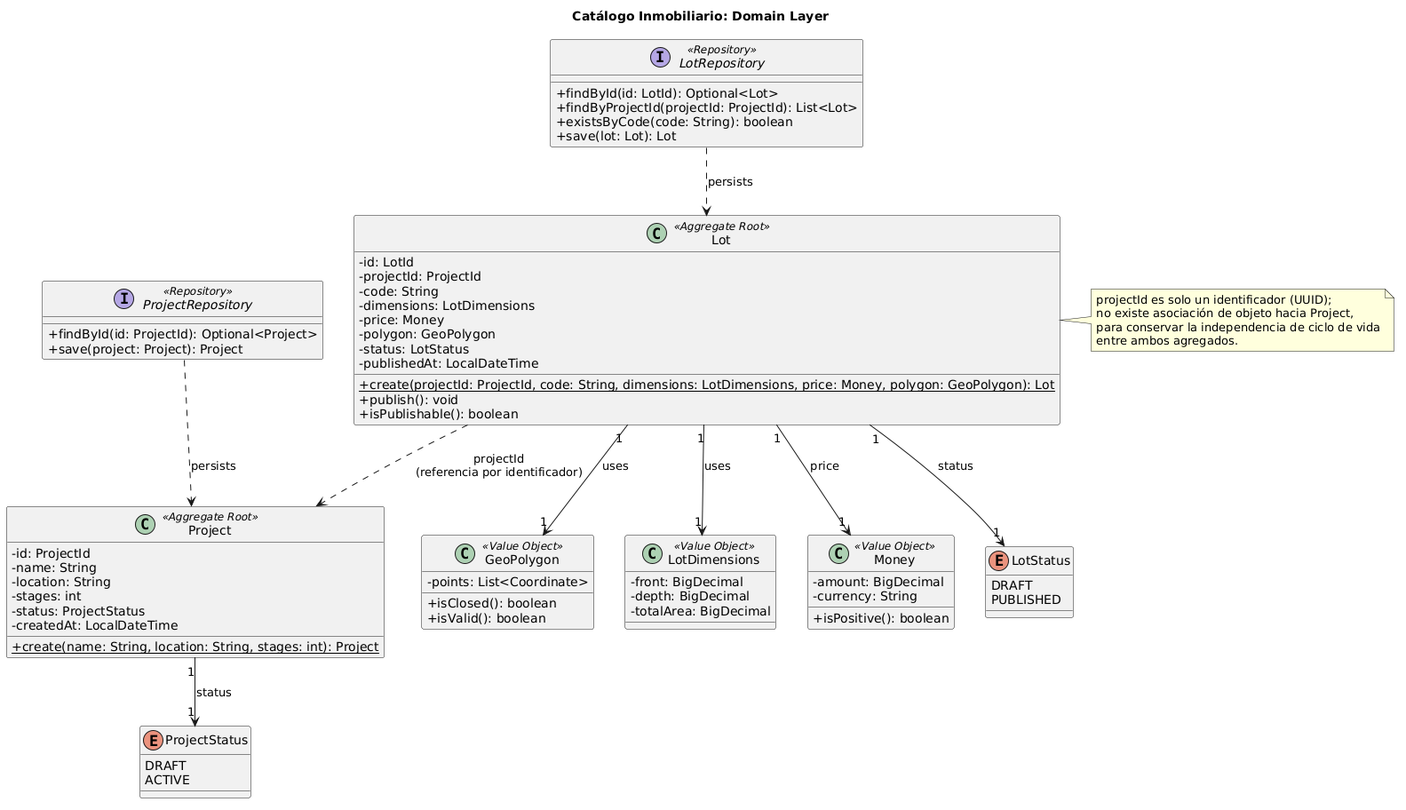
The PlantUML diagram assets/cap2/BC-Catalogo-Inmobiliario-Class-Diagram.png in 1ACC0238-2620-13981-NovaCorp-InmoNode/InmoNode-Project-Report, before a commit. The source it was exported from:
```plantuml
@startuml
title Catálogo Inmobiliario: Domain Layer

skinparam classAttributeIconSize 0

interface "ProjectRepository" as ProjectRepository <<Repository>> {
  +findById(id: ProjectId): Optional<Project>
  +save(project: Project): Project
}

interface "LotRepository" as LotRepository <<Repository>> {
  +findById(id: LotId): Optional<Lot>
  +findByProjectId(projectId: ProjectId): List<Lot>
  +existsByCode(code: String): boolean
  +save(lot: Lot): Lot
}

class Project <<Aggregate Root>> {
  -id: ProjectId
  -name: String
  -location: String
  -stages: int
  -status: ProjectStatus
  -createdAt: LocalDateTime
  +{static} create(name: String, location: String, stages: int): Project
}

class Lot <<Aggregate Root>> {
  -id: LotId
  -projectId: ProjectId
  -code: String
  -dimensions: LotDimensions
  -price: Money
  -polygon: GeoPolygon
  -status: LotStatus
  -publishedAt: LocalDateTime
  +{static} create(projectId: ProjectId, code: String, dimensions: LotDimensions, price: Money, polygon: GeoPolygon): Lot
  +publish(): void
  +isPublishable(): boolean
}

class GeoPolygon <<Value Object>> {
  -points: List<Coordinate>
  +isClosed(): boolean
  +isValid(): boolean
}

class LotDimensions <<Value Object>> {
  -front: BigDecimal
  -depth: BigDecimal
  -totalArea: BigDecimal
}

class Money <<Value Object>> {
  -amount: BigDecimal
  -currency: String
  +isPositive(): boolean
}

enum ProjectStatus {
  DRAFT
  ACTIVE
}

enum LotStatus {
  DRAFT
  PUBLISHED
}

ProjectRepository ..> Project : persists
LotRepository ..> Lot : persists

Lot "1" --> "1" GeoPolygon : uses
Lot "1" --> "1" LotDimensions : uses
Lot "1" --> "1" Money : price
Lot "1" --> "1" LotStatus : status
Project "1" --> "1" ProjectStatus : status

Lot ..> Project : projectId\n(referencia por identificador)

note right of Lot
  projectId es solo un identificador (UUID);
  no existe asociación de objeto hacia Project,
  para conservar la independencia de ciclo de vida
  entre ambos agregados.
end note

@enduml
```
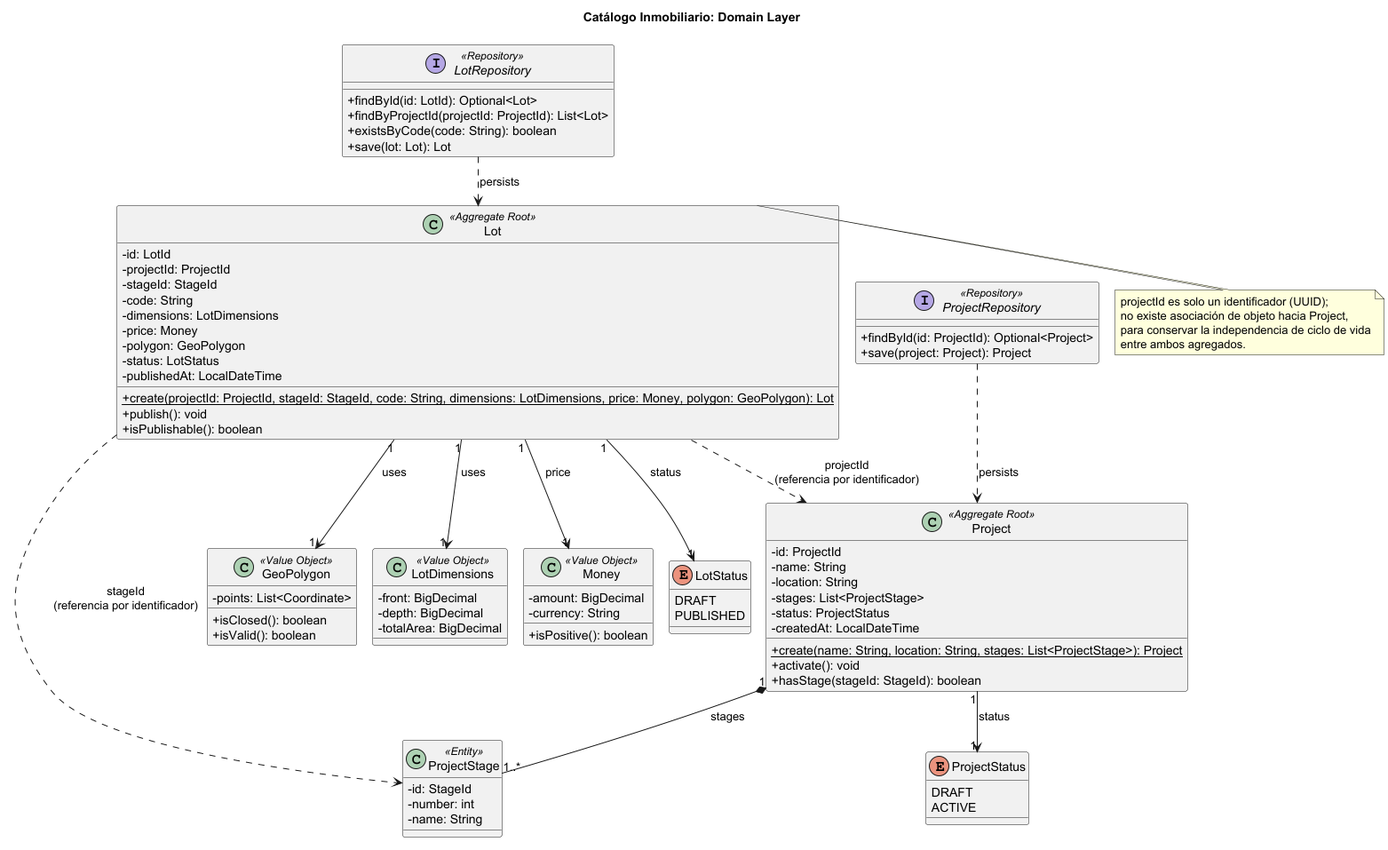
After the change.

Change to the diagram source:
```diff
@@ -1,4 +1,5 @@
 @startuml
+!pragma layout smetana
 title Catálogo Inmobiliario: Domain Layer
 
 skinparam classAttributeIconSize 0
@@ -19,22 +20,31 @@
   -id: ProjectId
   -name: String
   -location: String
-  -stages: int
+  -stages: List<ProjectStage>
   -status: ProjectStatus
   -createdAt: LocalDateTime
-  +{static} create(name: String, location: String, stages: int): Project
+  +{static} create(name: String, location: String, stages: List<ProjectStage>): Project
+  +activate(): void
+  +hasStage(stageId: StageId): boolean
+}
+
+class ProjectStage <<Entity>> {
+  -id: StageId
+  -number: int
+  -name: String
 }
 
 class Lot <<Aggregate Root>> {
   -id: LotId
   -projectId: ProjectId
+  -stageId: StageId
   -code: String
   -dimensions: LotDimensions
   -price: Money
   -polygon: GeoPolygon
   -status: LotStatus
   -publishedAt: LocalDateTime
-  +{static} create(projectId: ProjectId, code: String, dimensions: LotDimensions, price: Money, polygon: GeoPolygon): Lot
+  +{static} create(projectId: ProjectId, stageId: StageId, code: String, dimensions: LotDimensions, price: Money, polygon: GeoPolygon): Lot
   +publish(): void
   +isPublishable(): boolean
 }
@@ -75,6 +85,8 @@
 Lot "1" --> "1" Money : price
 Lot "1" --> "1" LotStatus : status
 Project "1" --> "1" ProjectStatus : status
+Project "1" *-- "1..*" ProjectStage : stages
+Lot ..> ProjectStage : stageId\n(referencia por identificador)
 
 Lot ..> Project : projectId\n(referencia por identificador)
 
```
